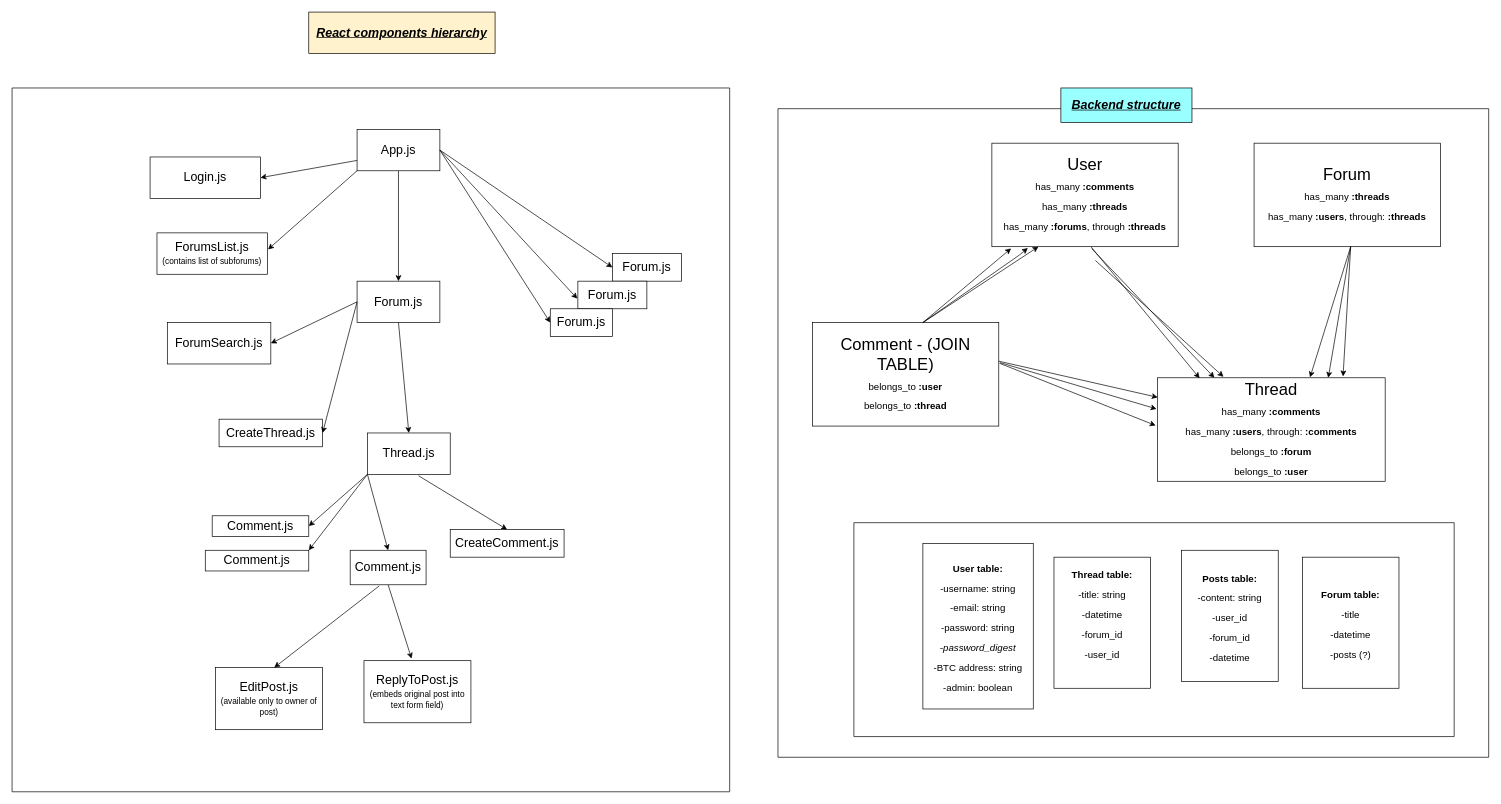
This is flowcharts.drawio from babux1/CryptoDev, a draw.io file, before an edit. Source tidied: cells renumbered, new cells numbered last; positions are measured from the earlier drawing's top-left corner, leaving out a move shared by most shapes. Both pictures are drawn from the tidied source at 69%, with x=0, y=0 at pixel (12, 12).
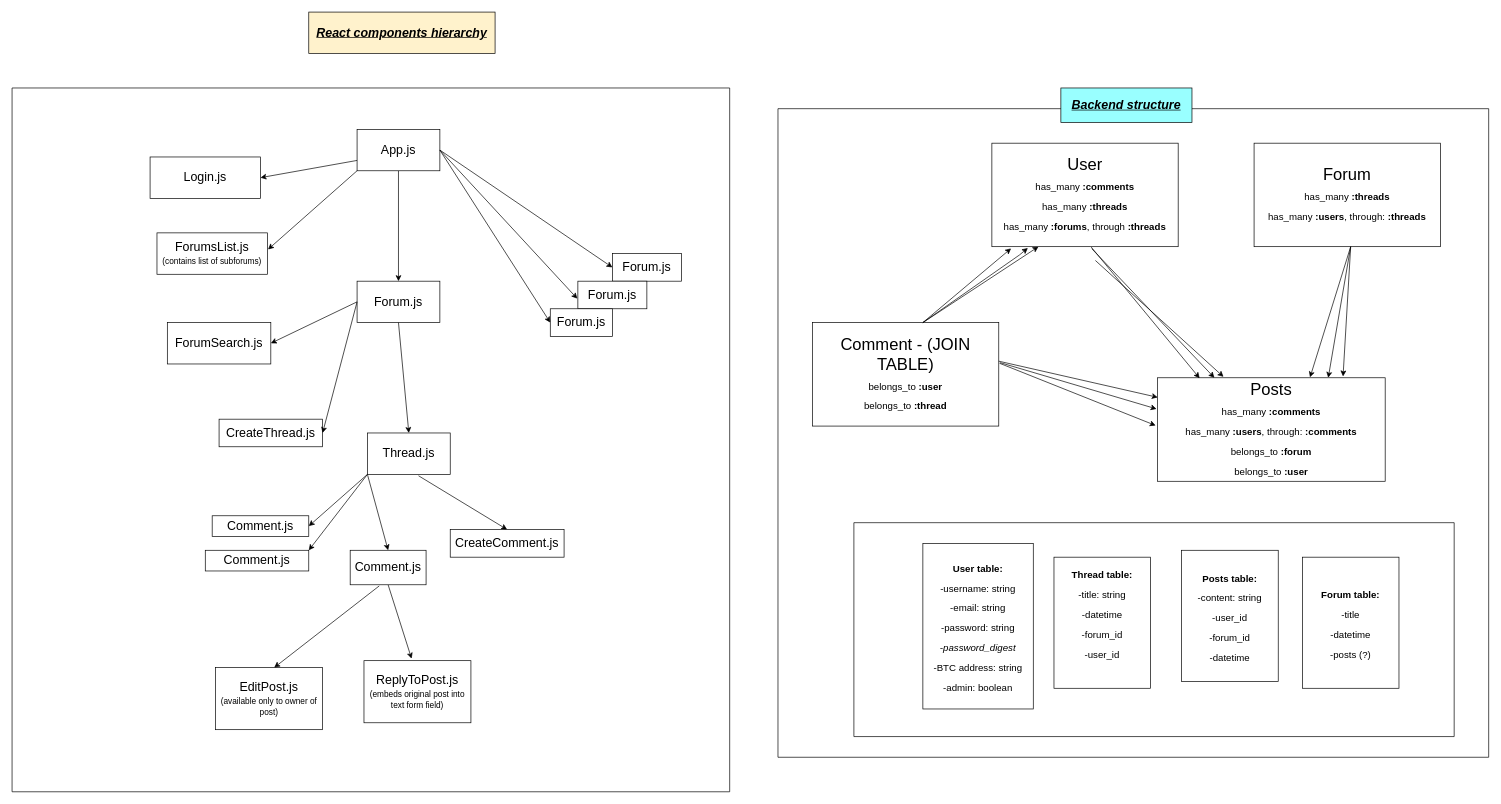
The same page after the edit.

Commit message (it also covers changes not shown here):
Updated user routes for :show, :create, :update, in routes.rb and users_controller

What changed in the source:
```diff
@@
-    <mxCell id="2" value="&lt;font&gt;Thread&lt;br style=&quot;font-size: 12px&quot;&gt;&lt;span style=&quot;font-size: 14px&quot;&gt;has_many&amp;nbsp;&lt;/span&gt;&lt;b style=&quot;font-size: 14px&quot;&gt;:comments&lt;br&gt;&lt;/b&gt;&lt;span style=&quot;font-size: 14px&quot;&gt;has_many&amp;nbsp;&lt;/span&gt;&lt;b style=&quot;font-size: 14px&quot;&gt;:users&lt;/b&gt;&lt;span style=&quot;font-size: 14px&quot;&gt;, through:&amp;nbsp;&lt;b&gt;:comments&lt;br&gt;&lt;/b&gt;&lt;/span&gt;&lt;span style=&quot;font-size: 14px&quot;&gt;belongs_to&amp;nbsp;&lt;b&gt;:forum&lt;br&gt;&lt;/b&gt;belongs_to&amp;nbsp;&lt;b&gt;:user&lt;/b&gt;&lt;/span&gt;&lt;/font&gt;&lt;font style=&quot;font-size: 14px&quot;&gt;&lt;b&gt;&lt;br&gt;&lt;/b&gt;&lt;/font&gt;" style="rounded=0;whiteSpace=wrap;html=1;fontSize=24;align=center;" parent="1" vertex="1">
+    <mxCell id="2" value="&lt;font&gt;Posts&lt;br style=&quot;font-size: 12px&quot;&gt;&lt;span style=&quot;font-size: 14px&quot;&gt;has_many&amp;nbsp;&lt;/span&gt;&lt;b style=&quot;font-size: 14px&quot;&gt;:comments&lt;br&gt;&lt;/b&gt;&lt;span style=&quot;font-size: 14px&quot;&gt;has_many&amp;nbsp;&lt;/span&gt;&lt;b style=&quot;font-size: 14px&quot;&gt;:users&lt;/b&gt;&lt;span style=&quot;font-size: 14px&quot;&gt;, through:&amp;nbsp;&lt;b&gt;:comments&lt;br&gt;&lt;/b&gt;&lt;/span&gt;&lt;span style=&quot;font-size: 14px&quot;&gt;belongs_to&amp;nbsp;&lt;b&gt;:forum&lt;br&gt;&lt;/b&gt;belongs_to&amp;nbsp;&lt;b&gt;:user&lt;/b&gt;&lt;/span&gt;&lt;/font&gt;&lt;font style=&quot;font-size: 14px&quot;&gt;&lt;b&gt;&lt;br&gt;&lt;/b&gt;&lt;/font&gt;" style="rounded=0;whiteSpace=wrap;html=1;fontSize=24;align=center;" parent="1" vertex="1">
       <mxGeometry x="1660" y="530" width="330" height="150" as="geometry" />
     </mxCell>
```
